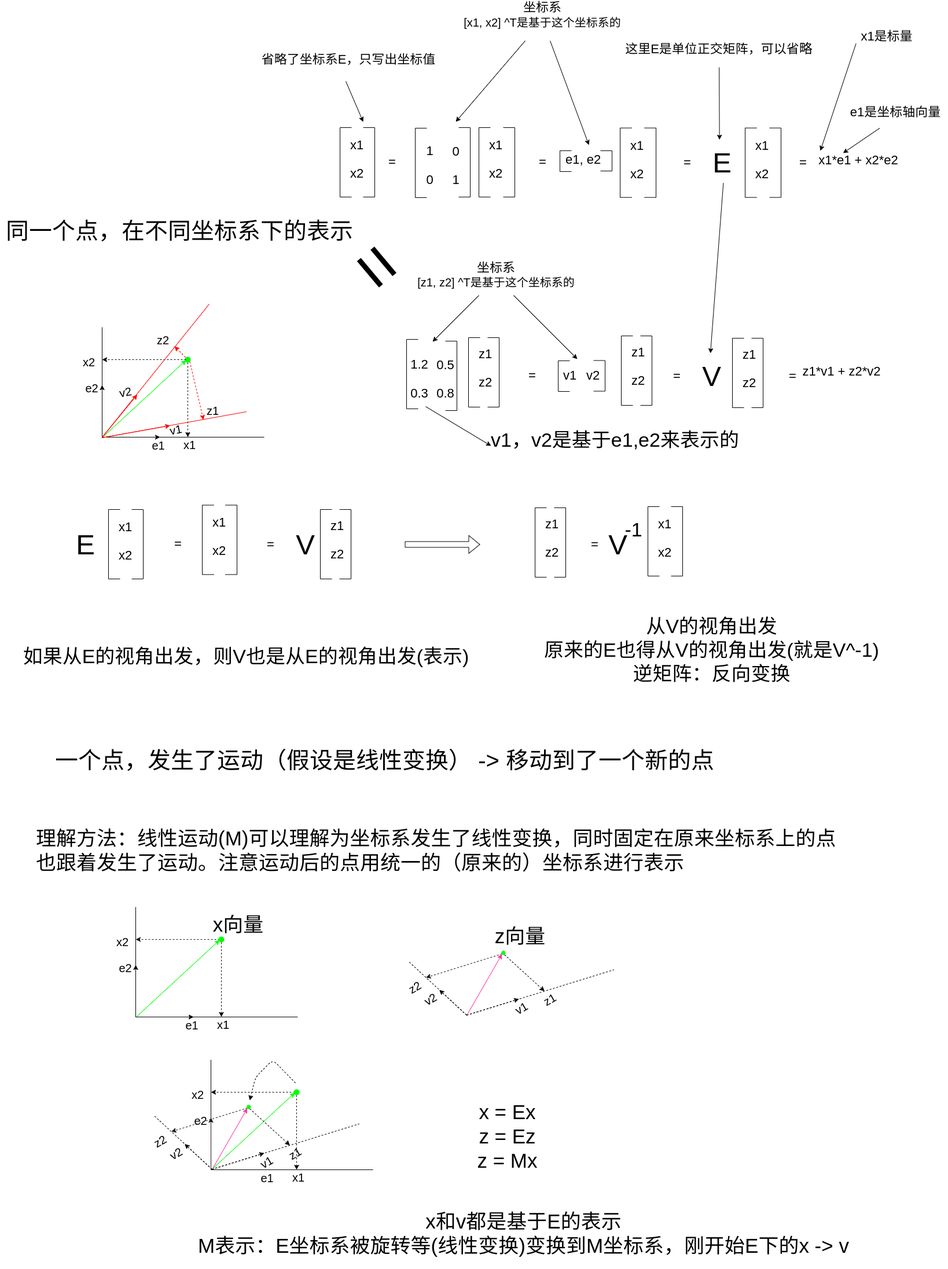
The draw.io diagram images/2023/power-of-matrix/ch09/understand_transform.png in wumin199/wm-blog-image, before a commit. Source tidied: cells renumbered, new cells last; positions are measured from the earlier drawing's top-left corner, leaving out a move shared by most shapes.
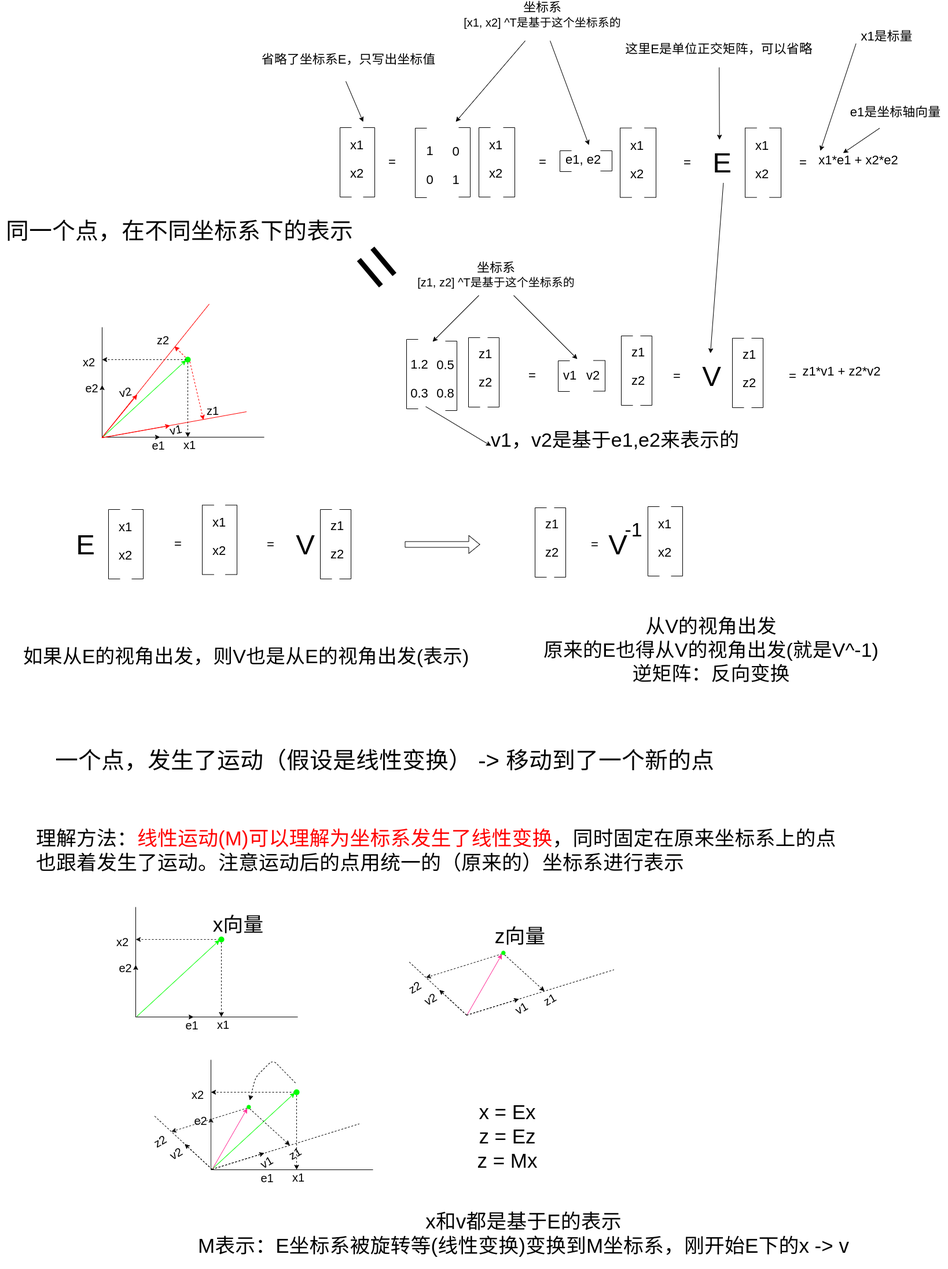
Later version of the same file.

The edit, as a diff of the source:
```diff
@@ -378,7 +378,7 @@
     <mxCell id="89" value="&lt;font style=&quot;font-size: 40px;&quot;&gt;一个点，发生了运动（假设是线性变换） -&amp;gt; 移动到了一个新的点&lt;/font&gt;" style="text;html=1;align=center;verticalAlign=middle;strokeColor=none;fillColor=none;fontSize=20;fontColor=#000000;" parent="1" vertex="1">
       <mxGeometry x="84" y="1283" width="1160" height="60" as="geometry" />
     </mxCell>
-    <mxCell id="90" value="理解方法：线性运动(M)可以理解为坐标系发生了线性变换，同时固定在原来坐标系上的点也跟着发生了运动。注意运动后的点用统一的（原来的）坐标系进行表示" style="text;strokeColor=none;align=left;fillColor=none;html=1;verticalAlign=middle;whiteSpace=wrap;rounded=0;strokeWidth=27;fontSize=35;fontColor=#000000;" parent="1" vertex="1">
+    <mxCell id="90" value="理解方法：&lt;font color=&quot;#ff0000&quot;&gt;线性运动(M)可以理解为坐标系发生了线性变换&lt;/font&gt;，同时固定在原来坐标系上的点也跟着发生了运动。注意运动后的点用统一的（原来的）坐标系进行表示" style="text;strokeColor=none;align=left;fillColor=none;html=1;verticalAlign=middle;whiteSpace=wrap;rounded=0;strokeWidth=27;fontSize=35;fontColor=#000000;" parent="1" vertex="1">
       <mxGeometry x="60" y="1414" width="1391" height="110" as="geometry" />
     </mxCell>
     <mxCell id="91" value="x = Ex&lt;br&gt;z = Ez&lt;br&gt;z = Mx" style="text;html=1;align=center;verticalAlign=middle;strokeColor=none;fillColor=none;fontSize=35;strokeWidth=27;fontColor=#000000;" parent="1" vertex="1">
```
